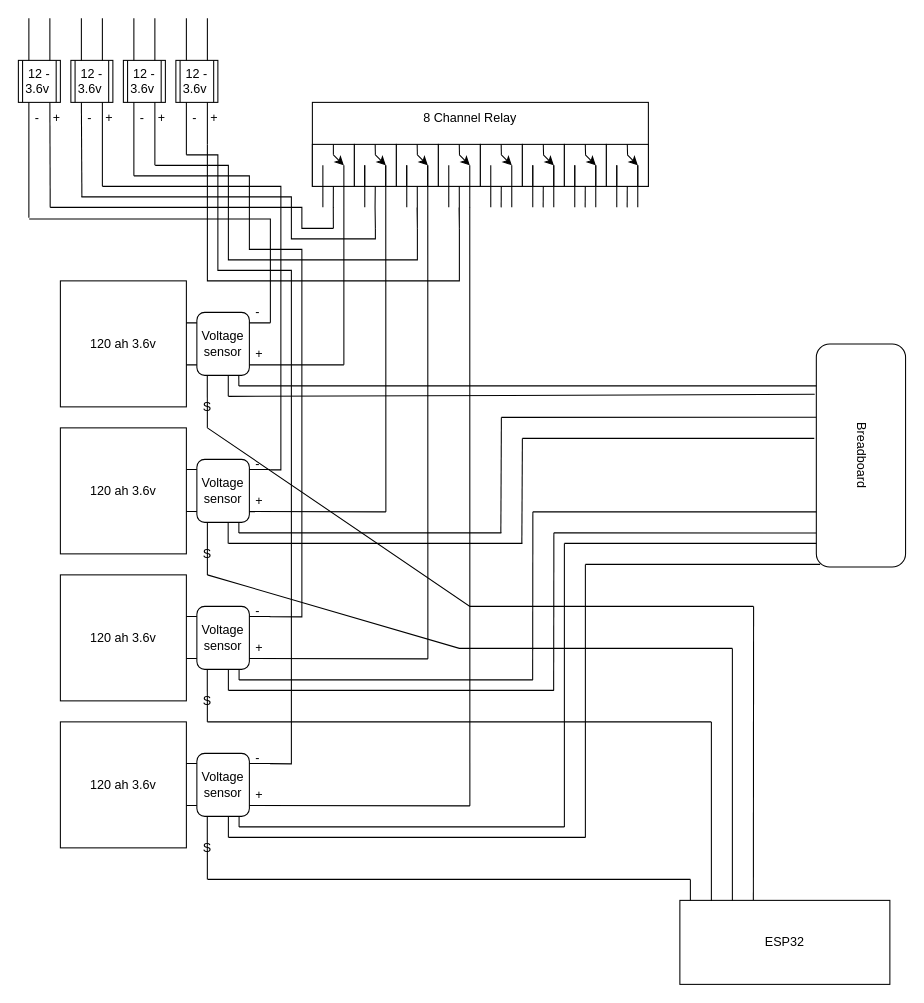
This is BMS.drawio from VCODERN/draw.io, a draw.io file, before an edit. Source tidied: cells renumbered, new cells numbered last; positions are measured from the earlier drawing's top-left corner, leaving out a move shared by most shapes. Both pictures are drawn from the tidied source at 105%, with x=0, y=0 at pixel (18, 18).
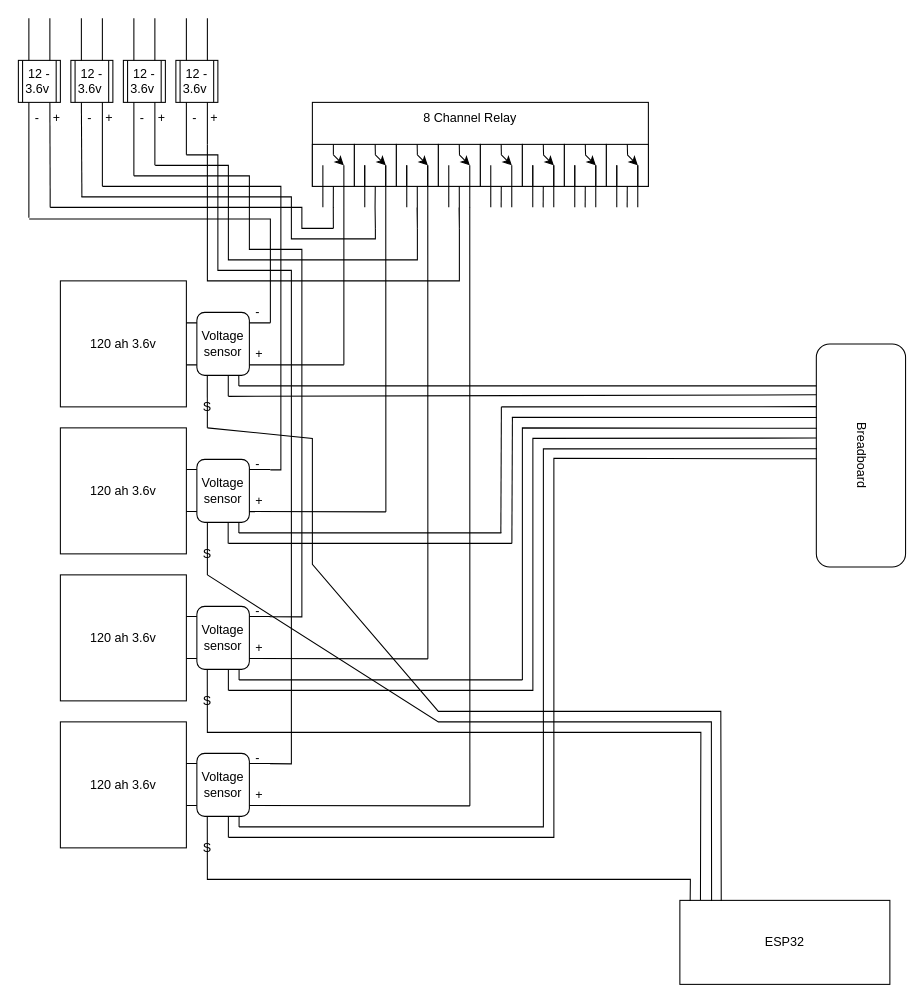
After the change.

The change refers to these unchanged cells:
```xml
<mxCell id="56" value="ESP32" style="rounded=0;whiteSpace=wrap;html=1;" parent="1" vertex="1">
  <mxGeometry x="630" y="840" width="200" height="80" as="geometry" />
</mxCell>
<mxCell id="107" value="Breadboard" style="rounded=1;whiteSpace=wrap;html=1;rotation=90;" parent="1" vertex="1">
  <mxGeometry x="696.2" y="373.8" width="212.5" height="85" as="geometry" />
</mxCell>
```

What changed in the source:
```diff
@@
-    <mxCell id="63" style="endArrow=none;html=1;rounded=0;exitX=0.2;exitY=1;exitDx=0;exitDy=0;exitPerimeter=0;" parent="1" edge="1">
+    <mxCell id="63" style="endArrow=none;html=1;rounded=0;exitX=0.2;exitY=1;exitDx=0;exitDy=0;exitPerimeter=0;entryX=0.098;entryY=-0.003;entryDx=0;entryDy=0;entryPerimeter=0;" parent="1" edge="1" target="56">
       <mxGeometry relative="1" as="geometry">
         <mxPoint x="179.9" y="620" as="sourcePoint" />
-        <mxPoint x="180" y="670" as="targetPoint" />
+        <Array as="points">
+          <mxPoint x="180" y="680" />
+          <mxPoint x="650" y="680" />
+        </Array>
       </mxGeometry>
     </mxCell>
-    <mxCell id="64" style="endArrow=none;html=1;rounded=0;exitX=0.2;exitY=1;exitDx=0;exitDy=0;exitPerimeter=0;" parent="1" edge="1">
+    <mxCell id="64" style="endArrow=none;html=1;rounded=0;exitX=0.2;exitY=1;exitDx=0;exitDy=0;exitPerimeter=0;entryX=0.049;entryY=0.007;entryDx=0;entryDy=0;entryPerimeter=0;" parent="1" edge="1" target="56">
       <mxGeometry relative="1" as="geometry">
         <mxPoint x="179.9" y="760" as="sourcePoint" />
-        <mxPoint x="180" y="820" as="targetPoint" />
+        <Array as="points">
+          <mxPoint x="180" y="820" />
+          <mxPoint x="640" y="820" />
+        </Array>
       </mxGeometry>
     </mxCell>
@@
-    <mxCell id="106" style="endArrow=none;html=1;rounded=0;exitX=1;exitY=0.25;exitDx=0;exitDy=0;entryX=0.226;entryY=1.018;entryDx=0;entryDy=0;entryPerimeter=0;" parent="1" edge="1" target="107">
+    <mxCell id="106" style="endArrow=none;html=1;rounded=0;exitX=1;exitY=0.25;exitDx=0;exitDy=0;entryX=0.228;entryY=0.994;entryDx=0;entryDy=0;entryPerimeter=0;" parent="1" edge="1" target="107">
       <mxGeometry relative="1" as="geometry">
         <mxPoint x="200" y="360" as="sourcePoint" />
       </mxGeometry>
     </mxCell>
@@
     <mxCell id="109" style="endArrow=none;html=1;rounded=0;exitX=1;exitY=0.25;exitDx=0;exitDy=0;" parent="1" edge="1">
       <mxGeometry relative="1" as="geometry">
         <mxPoint x="200" y="500" as="sourcePoint" />
-        <mxPoint x="480" y="500" as="targetPoint" />
+        <mxPoint x="470" y="500" as="targetPoint" />
       </mxGeometry>
     </mxCell>
@@
-    <mxCell id="113" style="endArrow=none;html=1;rounded=0;exitX=1;exitY=0.25;exitDx=0;exitDy=0;" parent="1" edge="1">
+    <mxCell id="113" style="endArrow=none;html=1;rounded=0;exitX=1;exitY=0.25;exitDx=0;exitDy=0;entryX=0.422;entryY=1.001;entryDx=0;entryDy=0;entryPerimeter=0;" parent="1" edge="1" target="107">
       <mxGeometry relative="1" as="geometry">
         <mxPoint x="200.2" y="640" as="sourcePoint" />
-        <mxPoint x="510" y="640" as="targetPoint" />
+        <Array as="points">
+          <mxPoint x="490" y="640" />
+          <mxPoint x="490" y="400" />
+        </Array>
       </mxGeometry>
     </mxCell>
     <mxCell id="114" style="endArrow=none;html=1;rounded=0;exitX=1;exitY=0.25;exitDx=0;exitDy=0;" parent="1" edge="1">
       <mxGeometry relative="1" as="geometry">
         <mxPoint x="210.2" y="630" as="sourcePoint" />
-        <mxPoint x="490" y="630" as="targetPoint" />
+        <mxPoint x="480" y="630" as="targetPoint" />
       </mxGeometry>
     </mxCell>
@@
-    <mxCell id="117" style="endArrow=none;html=1;rounded=0;exitX=1;exitY=0.25;exitDx=0;exitDy=0;" parent="1" edge="1">
+    <mxCell id="117" style="endArrow=none;html=1;rounded=0;exitX=1;exitY=0.25;exitDx=0;exitDy=0;entryX=0.515;entryY=0.997;entryDx=0;entryDy=0;entryPerimeter=0;" parent="1" edge="1" target="107">
       <mxGeometry relative="1" as="geometry">
         <mxPoint x="200.2" y="780" as="sourcePoint" />
-        <mxPoint x="540" y="780" as="targetPoint" />
+        <Array as="points">
+          <mxPoint x="510" y="780" />
+          <mxPoint x="510" y="419" />
+        </Array>
       </mxGeometry>
     </mxCell>
-    <mxCell id="118" style="endArrow=none;html=1;rounded=0;exitX=1;exitY=0.25;exitDx=0;exitDy=0;" parent="1" edge="1">
+    <mxCell id="118" style="endArrow=none;html=1;rounded=0;exitX=1;exitY=0.25;exitDx=0;exitDy=0;entryX=0.47;entryY=0.992;entryDx=0;entryDy=0;entryPerimeter=0;" parent="1" edge="1" target="107">
       <mxGeometry relative="1" as="geometry">
         <mxPoint x="210.2" y="770" as="sourcePoint" />
-        <mxPoint x="520" y="770" as="targetPoint" />
+        <Array as="points">
+          <mxPoint x="500" y="770" />
+          <mxPoint x="500" y="410" />
+        </Array>
       </mxGeometry>
     </mxCell>
-    <mxCell id="119" style="endArrow=none;html=1;rounded=0;" parent="1" edge="1">
-      <mxGeometry relative="1" as="geometry">
-        <mxPoint x="540" y="780" as="sourcePoint" />
-        <mxPoint x="540" y="520" as="targetPoint" />
-      </mxGeometry>
-    </mxCell>
-    <mxCell id="120" style="endArrow=none;html=1;rounded=0;" parent="1" edge="1">
-      <mxGeometry relative="1" as="geometry">
-        <mxPoint x="520" y="770" as="sourcePoint" />
-        <mxPoint x="520" y="500" as="targetPoint" />
-      </mxGeometry>
-    </mxCell>
-    <mxCell id="121" style="endArrow=none;html=1;rounded=0;" parent="1" edge="1">
-      <mxGeometry relative="1" as="geometry">
-        <mxPoint x="509.8" y="640" as="sourcePoint" />
-        <mxPoint x="510" y="490" as="targetPoint" />
-      </mxGeometry>
-    </mxCell>
-    <mxCell id="122" style="endArrow=none;html=1;rounded=0;" parent="1" edge="1">
+    <mxCell id="122" style="endArrow=none;html=1;rounded=0;entryX=0.378;entryY=0.996;entryDx=0;entryDy=0;entryPerimeter=0;" parent="1" edge="1" target="107">
       <mxGeometry relative="1" as="geometry">
-        <mxPoint x="489.8" y="630" as="sourcePoint" />
-        <mxPoint x="490" y="470" as="targetPoint" />
+        <mxPoint x="480" y="630" as="sourcePoint" />
+        <Array as="points">
+          <mxPoint x="480" y="390" />
+        </Array>
       </mxGeometry>
     </mxCell>
     <mxCell id="123" style="endArrow=none;html=1;rounded=0;" parent="1" edge="1">
       <mxGeometry relative="1" as="geometry">
-        <mxPoint x="479.5" y="500" as="sourcePoint" />
-        <mxPoint x="480" y="400" as="targetPoint" />
+        <mxPoint x="470" y="500" as="sourcePoint" />
+        <mxPoint x="470.5" y="380" as="targetPoint" />
       </mxGeometry>
     </mxCell>
     <mxCell id="124" style="endArrow=none;html=1;rounded=0;" parent="1" edge="1">
       <mxGeometry relative="1" as="geometry">
         <mxPoint x="459.5" y="490" as="sourcePoint" />
-        <mxPoint x="460" y="380" as="targetPoint" />
+        <mxPoint x="460" y="370" as="targetPoint" />
       </mxGeometry>
     </mxCell>
-    <mxCell id="125" style="endArrow=none;html=1;rounded=0;exitX=1;exitY=0.25;exitDx=0;exitDy=0;" parent="1" edge="1">
-      <mxGeometry relative="1" as="geometry">
-        <mxPoint x="520" y="500" as="sourcePoint" />
-        <mxPoint x="760" y="500" as="targetPoint" />
-      </mxGeometry>
-    </mxCell>
-    <mxCell id="126" style="endArrow=none;html=1;rounded=0;exitX=1;exitY=0.25;exitDx=0;exitDy=0;entryX=0.988;entryY=0.957;entryDx=0;entryDy=0;entryPerimeter=0;" parent="1" edge="1" target="107">
-      <mxGeometry relative="1" as="geometry">
-        <mxPoint x="540" y="520" as="sourcePoint" />
-      </mxGeometry>
-    </mxCell>
-    <mxCell id="127" style="endArrow=none;html=1;rounded=0;exitX=1;exitY=0.25;exitDx=0;exitDy=0;" parent="1" edge="1">
-      <mxGeometry relative="1" as="geometry">
-        <mxPoint x="490" y="470" as="sourcePoint" />
-        <mxPoint x="760" y="470" as="targetPoint" />
-      </mxGeometry>
-    </mxCell>
-    <mxCell id="128" style="endArrow=none;html=1;rounded=0;exitX=1;exitY=0.25;exitDx=0;exitDy=0;entryX=0.847;entryY=1.002;entryDx=0;entryDy=0;entryPerimeter=0;" parent="1" edge="1" target="107">
-      <mxGeometry relative="1" as="geometry">
-        <mxPoint x="510" y="490" as="sourcePoint" />
-      </mxGeometry>
-    </mxCell>
-    <mxCell id="129" style="endArrow=none;html=1;rounded=0;exitX=1;exitY=0.25;exitDx=0;exitDy=0;" parent="1" edge="1">
+    <mxCell id="129" style="endArrow=none;html=1;rounded=0;entryX=0.33;entryY=0.994;entryDx=0;entryDy=0;entryPerimeter=0;" parent="1" edge="1" target="107">
       <mxGeometry relative="1" as="geometry">
-        <mxPoint x="480" y="400" as="sourcePoint" />
-        <mxPoint x="758" y="400" as="targetPoint" />
+        <mxPoint x="470" y="380" as="sourcePoint" />
       </mxGeometry>
     </mxCell>
-    <mxCell id="130" style="endArrow=none;html=1;rounded=0;exitX=1;exitY=0.25;exitDx=0;exitDy=0;entryX=0.329;entryY=1.002;entryDx=0;entryDy=0;entryPerimeter=0;" parent="1" edge="1" target="107">
+    <mxCell id="130" style="endArrow=none;html=1;rounded=0;entryX=0.281;entryY=1;entryDx=0;entryDy=0;entryPerimeter=0;" parent="1" edge="1" target="107">
       <mxGeometry relative="1" as="geometry">
-        <mxPoint x="460" y="380" as="sourcePoint" />
+        <mxPoint x="460" y="370" as="sourcePoint" />
       </mxGeometry>
     </mxCell>
-    <mxCell id="131" style="endArrow=none;html=1;rounded=0;exitX=1;exitY=0.25;exitDx=0;exitDy=0;" parent="1" edge="1">
-      <mxGeometry relative="1" as="geometry">
-        <mxPoint x="180.2" y="820" as="sourcePoint" />
-        <mxPoint x="640" y="820" as="targetPoint" />
-      </mxGeometry>
-    </mxCell>
-    <mxCell id="132" style="endArrow=none;html=1;rounded=0;exitX=0.2;exitY=1;exitDx=0;exitDy=0;exitPerimeter=0;" parent="1" edge="1">
-      <mxGeometry relative="1" as="geometry">
-        <mxPoint x="640" y="820" as="sourcePoint" />
-        <mxPoint x="640" y="840" as="targetPoint" />
-      </mxGeometry>
-    </mxCell>
-    <mxCell id="133" style="endArrow=none;html=1;rounded=0;exitX=1;exitY=0.25;exitDx=0;exitDy=0;" parent="1" edge="1">
-      <mxGeometry relative="1" as="geometry">
-        <mxPoint x="180" y="670" as="sourcePoint" />
-        <mxPoint x="660" y="670" as="targetPoint" />
-      </mxGeometry>
-    </mxCell>
-    <mxCell id="134" style="endArrow=none;html=1;rounded=0;exitX=0.2;exitY=1;exitDx=0;exitDy=0;exitPerimeter=0;entryX=0.15;entryY=0.008;entryDx=0;entryDy=0;entryPerimeter=0;" parent="1" edge="1" target="56">
-      <mxGeometry relative="1" as="geometry">
-        <mxPoint x="660" y="670" as="sourcePoint" />
-      </mxGeometry>
-    </mxCell>
-    <mxCell id="135" style="endArrow=none;html=1;rounded=0;exitX=1;exitY=0.25;exitDx=0;exitDy=0;" parent="1" edge="1">
+    <mxCell id="135" style="endArrow=none;html=1;rounded=0;entryX=0.151;entryY=0.006;entryDx=0;entryDy=0;entryPerimeter=0;" parent="1" edge="1" target="56">
       <mxGeometry relative="1" as="geometry">
         <mxPoint x="180" y="530" as="sourcePoint" />
-        <mxPoint x="680" y="600" as="targetPoint" />
         <Array as="points">
-          <mxPoint x="420" y="600" />
+          <mxPoint x="400" y="670" />
+          <mxPoint x="560" y="670" />
+          <mxPoint x="660" y="670" />
+          <mxPoint x="660" y="680" />
         </Array>
       </mxGeometry>
     </mxCell>
-    <mxCell id="136" style="endArrow=none;html=1;rounded=0;exitX=0.2;exitY=1;exitDx=0;exitDy=0;exitPerimeter=0;entryX=0.25;entryY=0;entryDx=0;entryDy=0;" parent="1" edge="1" target="56">
-      <mxGeometry relative="1" as="geometry">
-        <mxPoint x="680" y="600" as="sourcePoint" />
-      </mxGeometry>
-    </mxCell>
-    <mxCell id="137" style="endArrow=none;html=1;rounded=0;" parent="1" edge="1">
+    <mxCell id="137" style="endArrow=none;html=1;rounded=0;entryX=0.197;entryY=0.008;entryDx=0;entryDy=0;entryPerimeter=0;" parent="1" edge="1" target="56">
       <mxGeometry relative="1" as="geometry">
         <mxPoint x="180" y="390" as="sourcePoint" />
-        <mxPoint x="700" y="560" as="targetPoint" />
         <Array as="points">
-          <mxPoint x="430" y="560" />
+          <mxPoint x="280" y="400" />
+          <mxPoint x="280" y="520" />
+          <mxPoint x="400" y="660" />
+          <mxPoint x="669" y="660" />
         </Array>
       </mxGeometry>
     </mxCell>
-    <mxCell id="138" style="endArrow=none;html=1;rounded=0;entryX=0.339;entryY=-0.005;entryDx=0;entryDy=0;entryPerimeter=0;" parent="1" edge="1">
-      <mxGeometry relative="1" as="geometry">
-        <mxPoint x="700.2" y="560" as="sourcePoint" />
-        <mxPoint x="700" y="839.6" as="targetPoint" />
-      </mxGeometry>
-    </mxCell>
```
